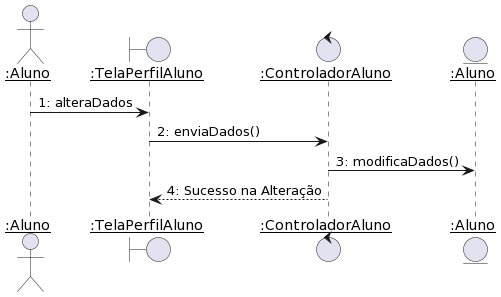
Earlier version of the PlantUML export diagramas/sequencia/alterar_aluno.png (Pedro-V/projetorium).
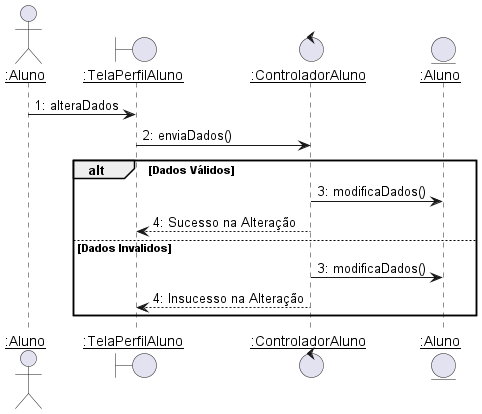
Above is the later version.

Commit message:
Add Fluxo Alternativo

The edit, as a diff of the source:
```diff
@@ -1,4 +1,4 @@
-@startuml
+@startuml alterar_aluno
 skinparam sequenceParticipant underline
 
 actor ":Aluno" as Aluno
@@ -10,6 +10,13 @@
 
 Aluno -> TelaPerfilAluno : 1: alteraDados
 TelaPerfilAluno -> ControladorAluno: 2: enviaDados()
-ControladorAluno-> AlunoC: 3: modificaDados()
-ControladorAluno--> TelaPerfilAluno --: 4: Sucesso na Alteração
+
+alt Dados Válidos
+    ControladorAluno-> AlunoC: 3: modificaDados()
+    ControladorAluno--> TelaPerfilAluno --: 4: Sucesso na Alteração
+else Dados Invalidos
+    ControladorAluno-> AlunoC: 3: modificaDados()
+    ControladorAluno--> TelaPerfilAluno --: 4: Insucesso na Alteração
+end
+
 @enduml
```
